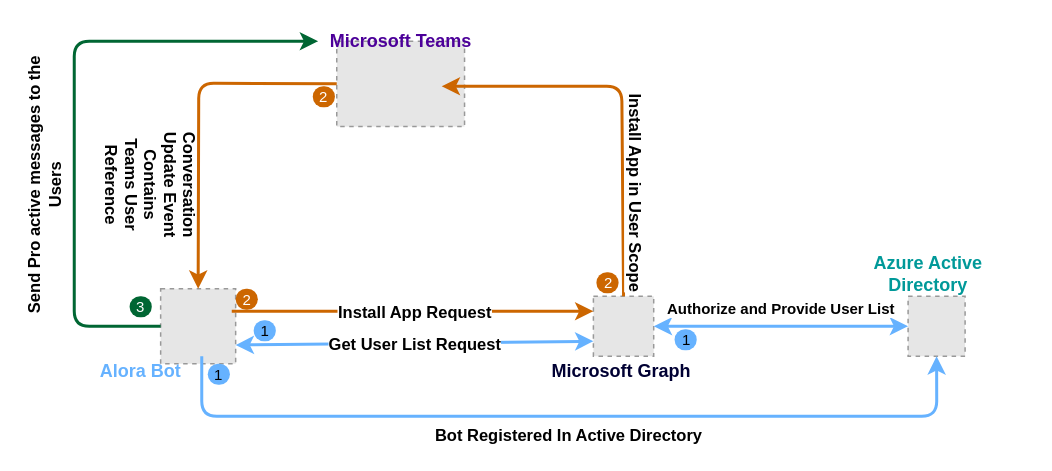
Earlier version of the draw.io diagram proactivemessage.drawio (Ranjumj/hcl_ui_test). Source tidied: cells renumbered, new cells numbered last; positions are measured from the earlier drawing's top-left corner, leaving out a move shared by most shapes. Both pictures are drawn from the tidied source at 150%, with x=0, y=0 at pixel (-98, 26). Pictures stored in the file or linked from it are replaced by grey dashed boxes.
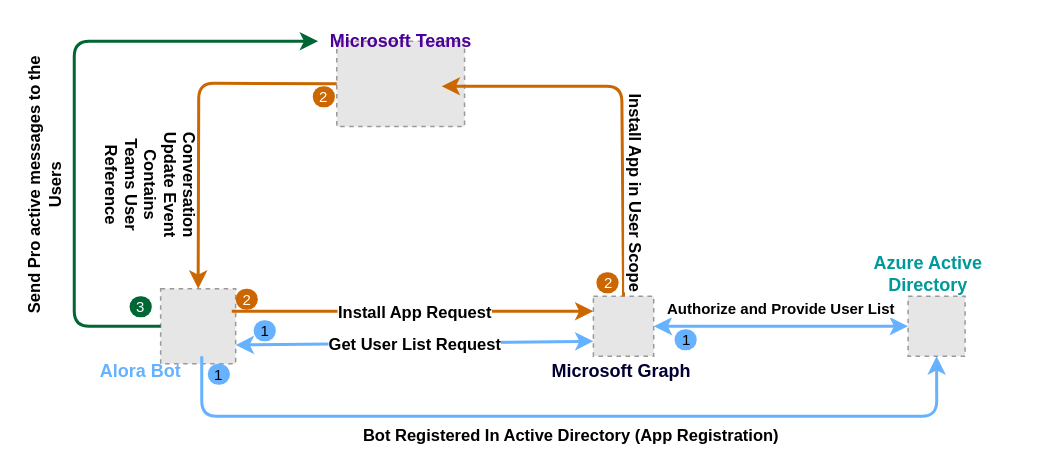
The same diagram, later.

Unchanged cells that the change refers to:
```xml
<mxCell id="17" style="endArrow=classic;html=1;entryX=0.5;entryY=1;entryDx=0;entryDy=0;strokeColor=#66B2FF;strokeWidth=2;" parent="1" edge="1" target="3">
  <mxGeometry relative="1" as="geometry">
    <mxPoint x="199" y="220" as="sourcePoint" />
    <Array as="points">
      <mxPoint x="199" y="260" />
      <mxPoint x="449" y="260" />
      <mxPoint x="689" y="260" />
    </Array>
  </mxGeometry>
</mxCell>
```

Change to the diagram source:
```diff
@@
-    <mxCell id="18" value="Bot Registered In Active Directory&amp;nbsp;" style="edgeLabel;html=1;align=center;verticalAlign=top;labelPosition=center;verticalLabelPosition=bottom;fontStyle=1;" parent="17" vertex="1">
+    <mxCell id="18" value="Bot Registered In Active Directory (App Registration)" style="edgeLabel;html=1;align=center;verticalAlign=top;labelPosition=center;verticalLabelPosition=bottom;fontStyle=1;" parent="17" vertex="1">
       <mxGeometry relative="1" as="geometry" />
     </mxCell>
```
